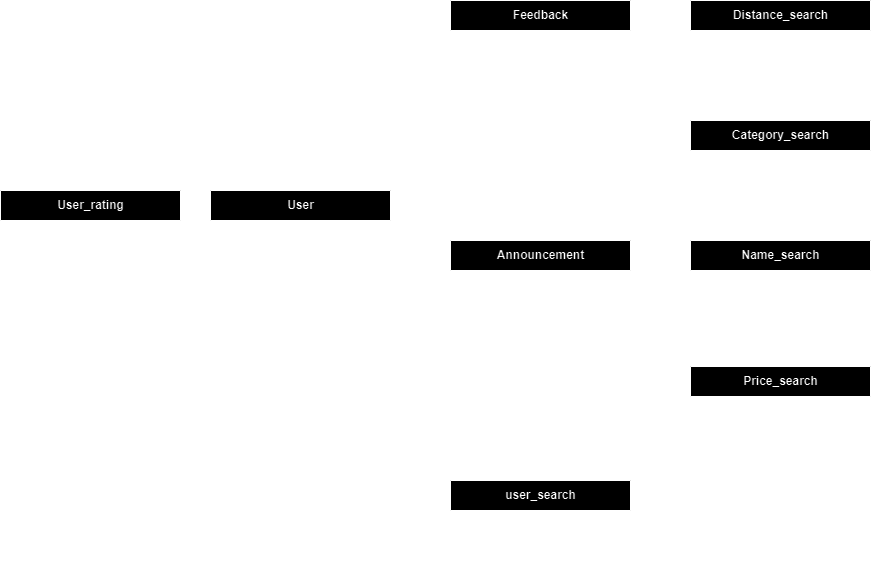
Before: src/avito.drawio.png, a diagram exported from draw.io (Max425/tp-highload-avito). Source tidied: cells renumbered, new cells last; positions are measured from the earlier drawing's top-left corner, leaving out a move shared by most shapes.
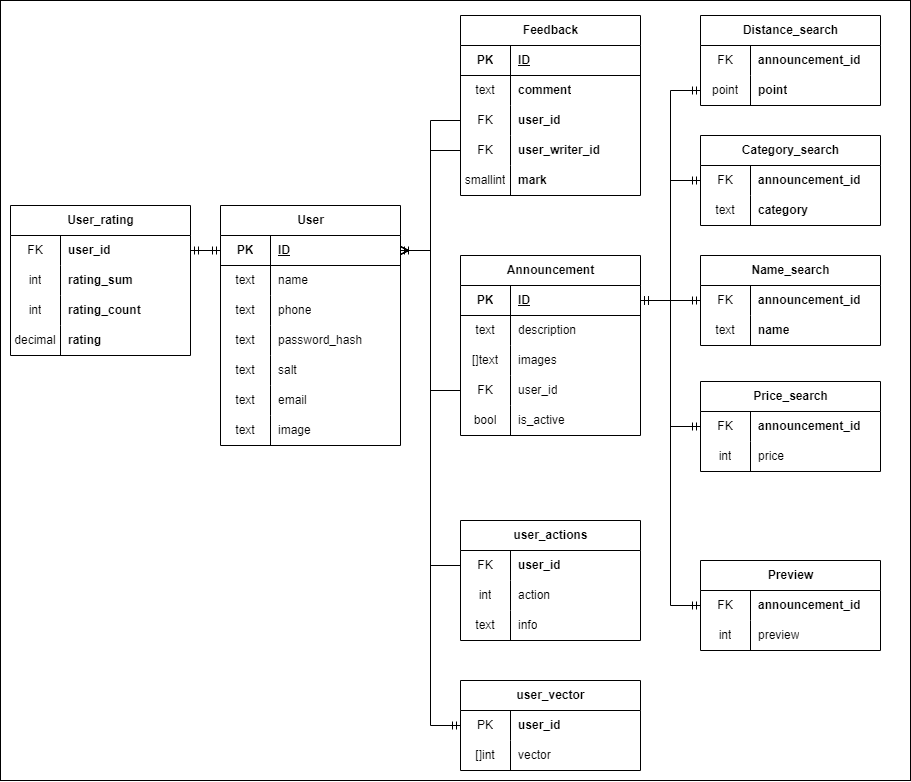
Later version of the same file.

Change to the diagram source:
```diff
@@ -2,6 +2,9 @@
   <root>
     <mxCell id="0" />
     <mxCell id="1" parent="0" />
+    <mxCell id="113" style="rounded=0;whiteSpace=wrap;html=1;" parent="1" vertex="1">
+      <mxGeometry x="-10" y="-15" width="910" height="780" as="geometry" />
+    </mxCell>
     <mxCell id="2" value="User" style="shape=table;startSize=30;rowLines=0;fontStyle=1;align=center;html=1;" parent="1" vertex="1">
       <mxGeometry x="210" y="190" width="180" height="240" as="geometry" />
     </mxCell>
@@ -331,8 +334,8 @@
         </Array>
       </mxGeometry>
     </mxCell>
-    <mxCell id="105" value="user_search" style="shape=table;startSize=30;rowLines=0;fontStyle=1;align=center;html=1;" parent="1" vertex="1">
-      <mxGeometry x="450" y="480" width="180" height="90" as="geometry" />
+    <mxCell id="105" value="user_actions" style="shape=table;startSize=30;rowLines=0;fontStyle=1;align=center;html=1;" parent="1" vertex="1">
+      <mxGeometry x="450" y="505" width="180" height="120" as="geometry" />
     </mxCell>
     <mxCell id="106" style="shape=tableRow;horizontal=0;startSize=0;swimlaneHead=0;swimlaneBody=0;fillColor=none;points=[[0,0.5],[1,0.5]];portConstraint=eastwest;top=0;left=0;right=0;bottom=0;" parent="105" vertex="1">
       <mxGeometry y="30" width="180" height="30" as="geometry" />
@@ -346,14 +349,81 @@
     <mxCell id="109" style="shape=tableRow;horizontal=0;startSize=0;swimlaneHead=0;swimlaneBody=0;fillColor=none;top=0;left=0;right=0;bottom=0;" parent="105" vertex="1">
       <mxGeometry y="60" width="180" height="30" as="geometry" />
     </mxCell>
-    <mxCell id="110" value="text" style="shape=partialRectangle;fillColor=none;top=0;left=0;bottom=0;right=0;overflow=hidden;whiteSpace=wrap;html=1;" parent="109" vertex="1">
+    <mxCell id="110" value="int" style="shape=partialRectangle;fillColor=none;top=0;left=0;bottom=0;right=0;overflow=hidden;whiteSpace=wrap;html=1;" parent="109" vertex="1">
       <mxGeometry width="50" height="30" as="geometry" />
     </mxCell>
-    <mxCell id="111" value="search_text" style="shape=partialRectangle;fillColor=none;top=0;left=0;bottom=0;right=0;align=left;spacingLeft=6;overflow=hidden;whiteSpace=wrap;html=1;" parent="109" vertex="1">
+    <mxCell id="111" value="action" style="shape=partialRectangle;fillColor=none;top=0;left=0;bottom=0;right=0;align=left;spacingLeft=6;overflow=hidden;whiteSpace=wrap;html=1;" parent="109" vertex="1">
       <mxGeometry x="50" width="130" height="30" as="geometry" />
     </mxCell>
+    <mxCell id="114" style="shape=tableRow;horizontal=0;startSize=0;swimlaneHead=0;swimlaneBody=0;fillColor=none;top=0;left=0;right=0;bottom=0;" parent="105" vertex="1">
+      <mxGeometry y="90" width="180" height="30" as="geometry" />
+    </mxCell>
+    <mxCell id="115" value="text" style="shape=partialRectangle;fillColor=none;top=0;left=0;bottom=0;right=0;overflow=hidden;whiteSpace=wrap;html=1;" parent="114" vertex="1">
+      <mxGeometry width="50" height="30" as="geometry" />
+    </mxCell>
+    <mxCell id="116" value="info" style="shape=partialRectangle;fillColor=none;top=0;left=0;bottom=0;right=0;align=left;spacingLeft=6;overflow=hidden;whiteSpace=wrap;html=1;" parent="114" vertex="1">
+      <mxGeometry x="50" width="130" height="30" as="geometry" />
+    </mxCell>
     <mxCell id="112" style="edgeStyle=entityRelationEdgeStyle;fontSize=12;html=1;endArrow=ERmany;rounded=0;exitX=0;exitY=0.5;exitDx=0;exitDy=0;entryX=1;entryY=0.5;entryDx=0;entryDy=0;" parent="1" edge="1" source="106" target="3">
       <mxGeometry relative="1" as="geometry" />
     </mxCell>
+    <mxCell id="117" value="user_vector" style="shape=table;startSize=30;rowLines=0;fontStyle=1;align=center;html=1;" parent="1" vertex="1">
+      <mxGeometry x="450" y="665" width="180" height="90" as="geometry" />
+    </mxCell>
+    <mxCell id="118" style="shape=tableRow;horizontal=0;startSize=0;swimlaneHead=0;swimlaneBody=0;fillColor=none;points=[[0,0.5],[1,0.5]];portConstraint=eastwest;top=0;left=0;right=0;bottom=0;" parent="117" vertex="1">
+      <mxGeometry y="30" width="180" height="30" as="geometry" />
+    </mxCell>
+    <mxCell id="119" value="PK" style="shape=partialRectangle;fillColor=none;top=0;left=0;bottom=0;right=0;overflow=hidden;whiteSpace=wrap;html=1;" parent="118" vertex="1">
+      <mxGeometry width="50" height="30" as="geometry" />
+    </mxCell>
+    <mxCell id="120" value="&lt;span style=&quot;font-weight: 700; text-align: center; text-wrap: nowrap;&quot;&gt;user_id&lt;/span&gt;" style="shape=partialRectangle;fillColor=none;top=0;left=0;bottom=0;right=0;align=left;spacingLeft=6;overflow=hidden;whiteSpace=wrap;html=1;" parent="118" vertex="1">
+      <mxGeometry x="50" width="130" height="30" as="geometry" />
+    </mxCell>
+    <mxCell id="121" style="shape=tableRow;horizontal=0;startSize=0;swimlaneHead=0;swimlaneBody=0;fillColor=none;top=0;left=0;right=0;bottom=0;" parent="117" vertex="1">
+      <mxGeometry y="60" width="180" height="30" as="geometry" />
+    </mxCell>
+    <mxCell id="122" value="[]int" style="shape=partialRectangle;fillColor=none;top=0;left=0;bottom=0;right=0;overflow=hidden;whiteSpace=wrap;html=1;" parent="121" vertex="1">
+      <mxGeometry width="50" height="30" as="geometry" />
+    </mxCell>
+    <mxCell id="123" value="vector" style="shape=partialRectangle;fillColor=none;top=0;left=0;bottom=0;right=0;align=left;spacingLeft=6;overflow=hidden;whiteSpace=wrap;html=1;" parent="121" vertex="1">
+      <mxGeometry x="50" width="130" height="30" as="geometry" />
+    </mxCell>
+    <mxCell id="124" value="Preview" style="shape=table;startSize=30;rowLines=0;fontStyle=1;align=center;html=1;" parent="1" vertex="1">
+      <mxGeometry x="690" y="545" width="180" height="90" as="geometry" />
+    </mxCell>
+    <mxCell id="125" style="shape=tableRow;horizontal=0;startSize=0;swimlaneHead=0;swimlaneBody=0;fillColor=none;points=[[0,0.5],[1,0.5]];portConstraint=eastwest;top=0;left=0;right=0;bottom=0;" parent="124" vertex="1">
+      <mxGeometry y="30" width="180" height="30" as="geometry" />
+    </mxCell>
+    <mxCell id="126" value="FK" style="shape=partialRectangle;fillColor=none;top=0;left=0;bottom=0;right=0;overflow=hidden;whiteSpace=wrap;html=1;" parent="125" vertex="1">
+      <mxGeometry width="50" height="30" as="geometry" />
+    </mxCell>
+    <mxCell id="127" value="&lt;span style=&quot;font-weight: 700; text-align: center; text-wrap: nowrap;&quot;&gt;announcement_id&lt;/span&gt;" style="shape=partialRectangle;fillColor=none;top=0;left=0;bottom=0;right=0;align=left;spacingLeft=6;overflow=hidden;whiteSpace=wrap;html=1;" parent="125" vertex="1">
+      <mxGeometry x="50" width="130" height="30" as="geometry" />
+    </mxCell>
+    <mxCell id="128" style="shape=tableRow;horizontal=0;startSize=0;swimlaneHead=0;swimlaneBody=0;fillColor=none;top=0;left=0;right=0;bottom=0;" parent="124" vertex="1">
+      <mxGeometry y="60" width="180" height="30" as="geometry" />
+    </mxCell>
+    <mxCell id="129" value="int" style="shape=partialRectangle;fillColor=none;top=0;left=0;bottom=0;right=0;overflow=hidden;whiteSpace=wrap;html=1;" parent="128" vertex="1">
+      <mxGeometry width="50" height="30" as="geometry" />
+    </mxCell>
+    <mxCell id="130" value="preview" style="shape=partialRectangle;fillColor=none;top=0;left=0;bottom=0;right=0;align=left;spacingLeft=6;overflow=hidden;whiteSpace=wrap;html=1;" parent="128" vertex="1">
+      <mxGeometry x="50" width="130" height="30" as="geometry" />
+    </mxCell>
+    <mxCell id="131" style="edgeStyle=entityRelationEdgeStyle;fontSize=12;html=1;endArrow=ERmandOne;startArrow=ERmandOne;rounded=0;exitX=1;exitY=0.5;exitDx=0;exitDy=0;entryX=0;entryY=0.5;entryDx=0;entryDy=0;" parent="1" edge="1" source="25" target="125">
+      <mxGeometry relative="1" as="geometry">
+        <Array as="points">
+          <mxPoint x="211" y="430" />
+          <mxPoint x="571" y="430" />
+        </Array>
+      </mxGeometry>
+    </mxCell>
+    <mxCell id="132" style="edgeStyle=entityRelationEdgeStyle;fontSize=12;html=1;endArrow=ERmandOne;startArrow=ERmandOne;rounded=0;exitX=1;exitY=0.5;exitDx=0;exitDy=0;entryX=0;entryY=0.5;entryDx=0;entryDy=0;" parent="1" edge="1" source="3" target="118">
+      <mxGeometry relative="1" as="geometry">
+        <Array as="points">
+          <mxPoint x="221" y="440" />
+          <mxPoint x="581" y="440" />
+        </Array>
+      </mxGeometry>
+    </mxCell>
   </root>
 </mxGraphModel>
```
